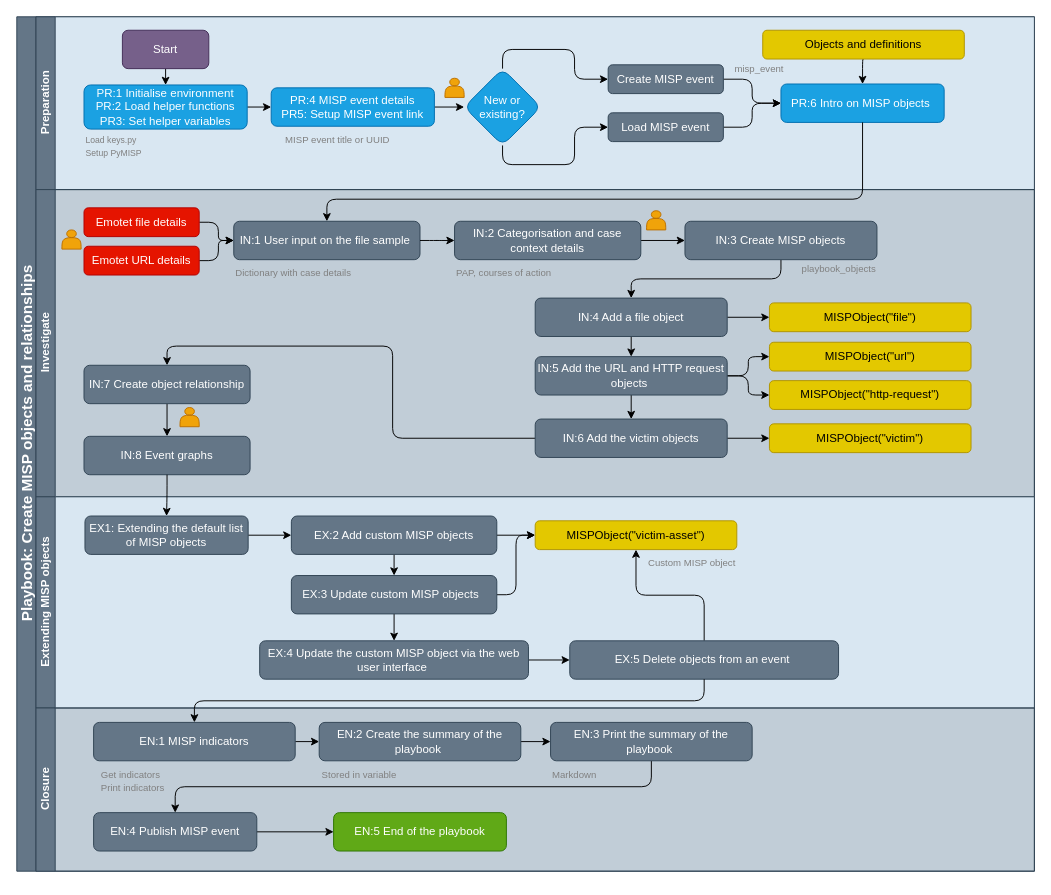
Earlier version of the draw.io diagram documentation/assets/playbook-create_MISP_objects_and_relationships.drawio (MISP/misp-playbooks). Source tidied: cells renumbered, new cells numbered last; positions are measured from the earlier drawing's top-left corner, leaving out a move shared by most shapes. Both pictures are drawn from the tidied source at 96%, with x=0, y=0 at pixel (16, 16).
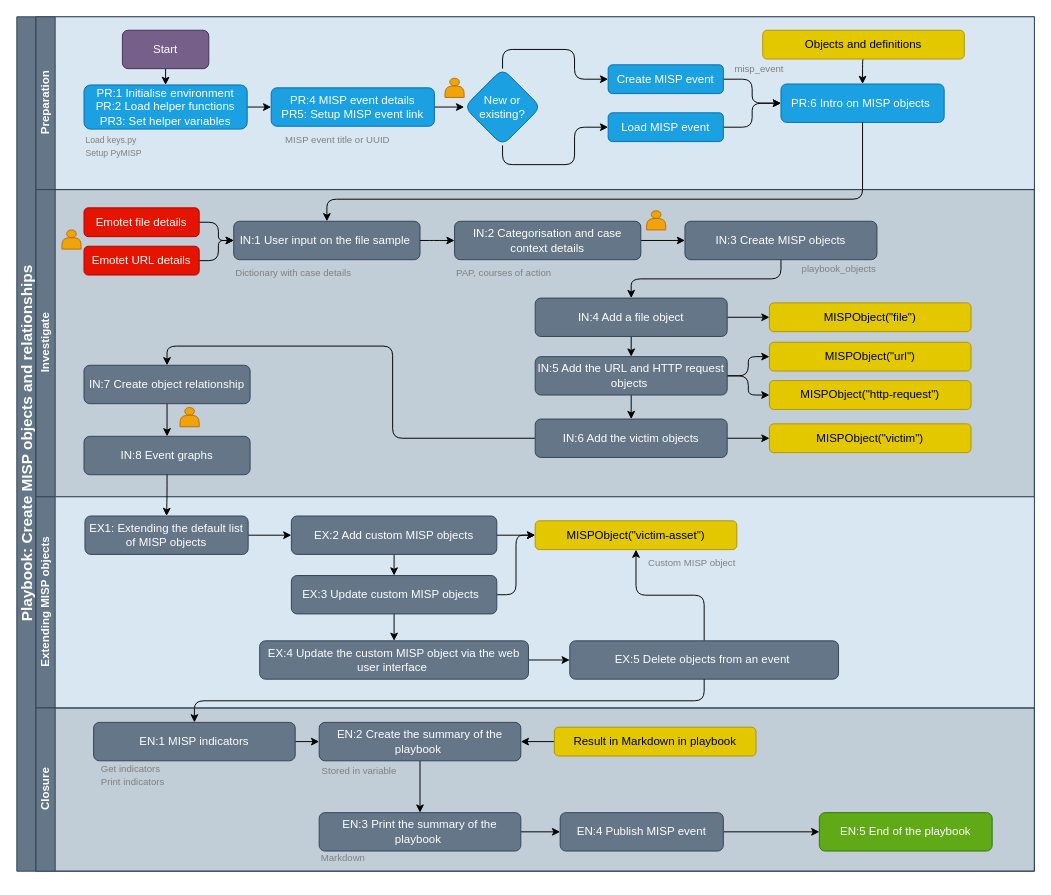
Above is the later version.

Unchanged cells that the change refers to:
```xml
<mxCell id="2" value="&lt;font style=&quot;font-size: 16px&quot;&gt;Playbook:&amp;nbsp;Create MISP objects and relationships&lt;/font&gt;" style="swimlane;html=1;horizontal=0;startSize=20;fillColor=#647687;strokeColor=#314354;fontColor=#ffffff;swimlaneFillColor=#C1CDD7;" parent="1" vertex="1">
  <mxGeometry width="1060" height="890" as="geometry" />
</mxCell>
<mxCell id="3" value="Preparation" style="swimlane;html=1;startSize=20;horizontal=0;fillColor=#647687;strokeColor=#314354;fontColor=#ffffff;swimlaneFillColor=#D9E7F2;" parent="2" vertex="1">
  <mxGeometry x="20" width="1040" height="180" as="geometry" />
</mxCell>
<mxCell id="14" value="PR:6 Intro on&amp;nbsp;MISP objects&amp;nbsp;" style="rounded=1;whiteSpace=wrap;html=1;fillColor=#1ba1e2;strokeColor=#006EAF;fontColor=#ffffff;" parent="3" vertex="1">
  <mxGeometry x="776" y="70" width="170" height="40" as="geometry" />
</mxCell>
<mxCell id="31" value="IN:1 User input on the file sample&amp;nbsp;" style="rounded=1;whiteSpace=wrap;html=1;fillColor=#647687;strokeColor=#314354;fontColor=#ffffff;" parent="24" vertex="1">
  <mxGeometry x="206" y="33" width="194" height="40" as="geometry" />
</mxCell>
<mxCell id="53" value="IN:8 Event graphs" style="rounded=1;whiteSpace=wrap;html=1;fillColor=#647687;strokeColor=#314354;fontColor=#ffffff;" parent="24" vertex="1">
  <mxGeometry x="50" y="257" width="173" height="40" as="geometry" />
</mxCell>
<mxCell id="69" value="EX1: Extending the default list of MISP objects" style="rounded=1;whiteSpace=wrap;html=1;fillColor=#647687;strokeColor=#314354;fontColor=#ffffff;" parent="62" vertex="1">
  <mxGeometry x="51" y="20" width="170" height="40" as="geometry" />
</mxCell>
<mxCell id="78" value="EX:5 Delete objects from an event&amp;nbsp;" style="rounded=1;whiteSpace=wrap;html=1;fillColor=#647687;strokeColor=#314354;fontColor=#ffffff;" parent="62" vertex="1">
  <mxGeometry x="556" y="150" width="280" height="40" as="geometry" />
</mxCell>
<mxCell id="82" value="Closure" style="swimlane;html=1;startSize=20;horizontal=0;fillColor=#647687;strokeColor=#314354;fontColor=#ffffff;" parent="2" vertex="1">
  <mxGeometry x="20" y="720" width="1040" height="170" as="geometry" />
</mxCell>
<mxCell id="91" value="EN:1 MISP indicators" style="rounded=1;whiteSpace=wrap;html=1;fillColor=#647687;strokeColor=#314354;fontColor=#ffffff;" parent="82" vertex="1">
  <mxGeometry x="60" y="15" width="210" height="40" as="geometry" />
</mxCell>
<mxCell id="96" value="EN:2 Create the summary of the playbook&amp;nbsp;" style="rounded=1;whiteSpace=wrap;html=1;fillColor=#647687;strokeColor=#314354;fontColor=#ffffff;" parent="82" vertex="1">
  <mxGeometry x="295" y="15" width="210" height="40" as="geometry" />
</mxCell>
```

Diff of the diagram source:
```diff
@@
-    <mxCell id="16" value="Create MISP event" style="rounded=1;whiteSpace=wrap;html=1;fillColor=#647687;strokeColor=#314354;fontColor=#ffffff;" parent="3" vertex="1">
+    <mxCell id="16" value="Create MISP event" style="rounded=1;whiteSpace=wrap;html=1;fillColor=#1ba1e2;strokeColor=#006EAF;fontColor=#ffffff;" parent="3" vertex="1">
       <mxGeometry x="596" y="50" width="120" height="30" as="geometry" />
     </mxCell>
@@
-    <mxCell id="18" value="Load MISP event" style="rounded=1;whiteSpace=wrap;html=1;fillColor=#647687;strokeColor=#314354;fontColor=#ffffff;" parent="3" vertex="1">
+    <mxCell id="18" value="Load MISP event" style="rounded=1;whiteSpace=wrap;html=1;fillColor=#1ba1e2;strokeColor=#006EAF;fontColor=#ffffff;" parent="3" vertex="1">
       <mxGeometry x="596" y="100" width="120" height="30" as="geometry" />
     </mxCell>
@@
+    <mxCell id="102" style="edgeStyle=orthogonalEdgeStyle;rounded=1;jettySize=auto;html=1;exitX=0.5;exitY=1;exitDx=0;exitDy=0;entryX=0.5;entryY=0;entryDx=0;entryDy=0;" parent="2" edge="1" source="53" target="69">
+      <mxGeometry relative="1" as="geometry" />
+    </mxCell>
+    <mxCell id="103" style="edgeStyle=orthogonalEdgeStyle;rounded=1;jettySize=auto;html=1;exitX=0.5;exitY=1;exitDx=0;exitDy=0;entryX=0.5;entryY=0;entryDx=0;entryDy=0;" parent="2" edge="1" source="78" target="91">
+      <mxGeometry relative="1" as="geometry" />
+    </mxCell>
+    <mxCell id="104" style="edgeStyle=orthogonalEdgeStyle;rounded=1;jettySize=auto;html=1;exitX=0.5;exitY=1;exitDx=0;exitDy=0;entryX=0.5;entryY=0;entryDx=0;entryDy=0;" parent="2" edge="1" source="14" target="31">
+      <mxGeometry relative="1" as="geometry">
+        <Array as="points">
+          <mxPoint x="881" y="190" />
+          <mxPoint x="323" y="190" />
+        </Array>
+      </mxGeometry>
+    </mxCell>
@@
     <mxCell id="92" value="EN:5 End of the playbook" style="rounded=1;whiteSpace=wrap;html=1;fillColor=#60a917;strokeColor=#2D7600;fontColor=#ffffff;" parent="82" vertex="1">
-      <mxGeometry x="310" y="109" width="180" height="40" as="geometry" />
+      <mxGeometry x="816" y="109" width="180" height="40" as="geometry" />
     </mxCell>
@@
     <mxCell id="94" value="EN:4 Publish MISP event" style="rounded=1;whiteSpace=wrap;html=1;fillColor=#647687;strokeColor=#314354;fontColor=#ffffff;" parent="82" vertex="1">
-      <mxGeometry x="60" y="109" width="170" height="40" as="geometry" />
+      <mxGeometry x="546" y="109" width="170" height="40" as="geometry" />
     </mxCell>
-    <mxCell id="95" style="edgeStyle=orthogonalEdgeStyle;rounded=1;jettySize=auto;html=1;exitX=1;exitY=0.5;exitDx=0;exitDy=0;entryX=0;entryY=0.5;entryDx=0;entryDy=0;" parent="82" edge="1" source="96" target="99">
+    <mxCell id="95" style="edgeStyle=orthogonalEdgeStyle;rounded=0;jettySize=auto;html=1;exitX=0.5;exitY=1;exitDx=0;exitDy=0;entryX=0.5;entryY=0;entryDx=0;entryDy=0;" parent="82" edge="1" source="96" target="99">
       <mxGeometry relative="1" as="geometry" />
     </mxCell>
@@
     <mxCell id="97" value="&lt;font size=&quot;1&quot;&gt;Stored in variable&lt;br&gt;&lt;/font&gt;" style="text;html=1;strokeColor=none;fillColor=none;align=left;verticalAlign=top;whiteSpace=wrap;rounded=0;shadow=0;glass=0;sketch=0;fontColor=#808080;" parent="82" vertex="1">
-      <mxGeometry x="296" y="55" width="244" height="35" as="geometry" />
+      <mxGeometry x="296" y="51" width="84" height="35" as="geometry" />
     </mxCell>
-    <mxCell id="98" style="edgeStyle=orthogonalEdgeStyle;rounded=1;jettySize=auto;html=1;exitX=0.5;exitY=1;exitDx=0;exitDy=0;entryX=0.5;entryY=0;entryDx=0;entryDy=0;" parent="82" edge="1" source="99" target="94">
+    <mxCell id="98" style="edgeStyle=orthogonalEdgeStyle;rounded=0;jettySize=auto;html=1;exitX=1;exitY=0.5;exitDx=0;exitDy=0;entryX=0;entryY=0.5;entryDx=0;entryDy=0;" parent="82" edge="1" source="99" target="94">
       <mxGeometry relative="1" as="geometry" />
     </mxCell>
     <mxCell id="99" value="EN:3 Print the summary of the playbook&amp;nbsp;" style="rounded=1;whiteSpace=wrap;html=1;fillColor=#647687;strokeColor=#314354;fontColor=#ffffff;" parent="82" vertex="1">
-      <mxGeometry x="536" y="15" width="210" height="40" as="geometry" />
+      <mxGeometry x="295" y="109" width="210" height="40" as="geometry" />
     </mxCell>
     <mxCell id="100" value="&lt;font size=&quot;1&quot;&gt;Get indicators&lt;br&gt;Print indicators&lt;br&gt;&lt;/font&gt;" style="text;html=1;strokeColor=none;fillColor=none;align=left;verticalAlign=top;whiteSpace=wrap;rounded=0;shadow=0;glass=0;sketch=0;fontColor=#808080;" parent="82" vertex="1">
-      <mxGeometry x="66" y="55" width="84" height="25" as="geometry" />
+      <mxGeometry x="66" y="49" width="84" height="25" as="geometry" />
     </mxCell>
     <mxCell id="101" value="&lt;font size=&quot;1&quot;&gt;Markdown&lt;br&gt;&lt;/font&gt;" style="text;html=1;strokeColor=none;fillColor=none;align=left;verticalAlign=top;whiteSpace=wrap;rounded=0;shadow=0;glass=0;sketch=0;fontColor=#808080;" parent="82" vertex="1">
-      <mxGeometry x="536" y="55" width="244" height="35" as="geometry" />
+      <mxGeometry x="295" y="142" width="244" height="35" as="geometry" />
     </mxCell>
-    <mxCell id="102" style="edgeStyle=orthogonalEdgeStyle;rounded=1;jettySize=auto;html=1;exitX=0.5;exitY=1;exitDx=0;exitDy=0;entryX=0.5;entryY=0;entryDx=0;entryDy=0;" parent="2" edge="1" source="53" target="69">
-      <mxGeometry relative="1" as="geometry" />
-    </mxCell>
-    <mxCell id="103" style="edgeStyle=orthogonalEdgeStyle;rounded=1;jettySize=auto;html=1;exitX=0.5;exitY=1;exitDx=0;exitDy=0;entryX=0.5;entryY=0;entryDx=0;entryDy=0;" parent="2" edge="1" source="78" target="91">
-      <mxGeometry relative="1" as="geometry" />
-    </mxCell>
-    <mxCell id="104" style="edgeStyle=orthogonalEdgeStyle;rounded=1;jettySize=auto;html=1;exitX=0.5;exitY=1;exitDx=0;exitDy=0;entryX=0.5;entryY=0;entryDx=0;entryDy=0;" parent="2" edge="1" source="14" target="31">
-      <mxGeometry relative="1" as="geometry">
-        <Array as="points">
-          <mxPoint x="881" y="190" />
-          <mxPoint x="323" y="190" />
-        </Array>
-      </mxGeometry>
-    </mxCell>
+    <mxCell id="105" style="edgeStyle=orthogonalEdgeStyle;rounded=0;jettySize=auto;html=1;exitX=0;exitY=0.5;exitDx=0;exitDy=0;entryX=1;entryY=0.5;entryDx=0;entryDy=0;" parent="82" edge="1" source="106" target="96">
+      <mxGeometry relative="1" as="geometry" />
+    </mxCell>
+    <mxCell id="106" value="Result in Markdown in playbook" style="rounded=1;whiteSpace=wrap;html=1;fillColor=#e3c800;strokeColor=#B09500;fontColor=#000000;" parent="82" vertex="1">
+      <mxGeometry x="540" y="20" width="210" height="30" as="geometry" />
+    </mxCell>
```
